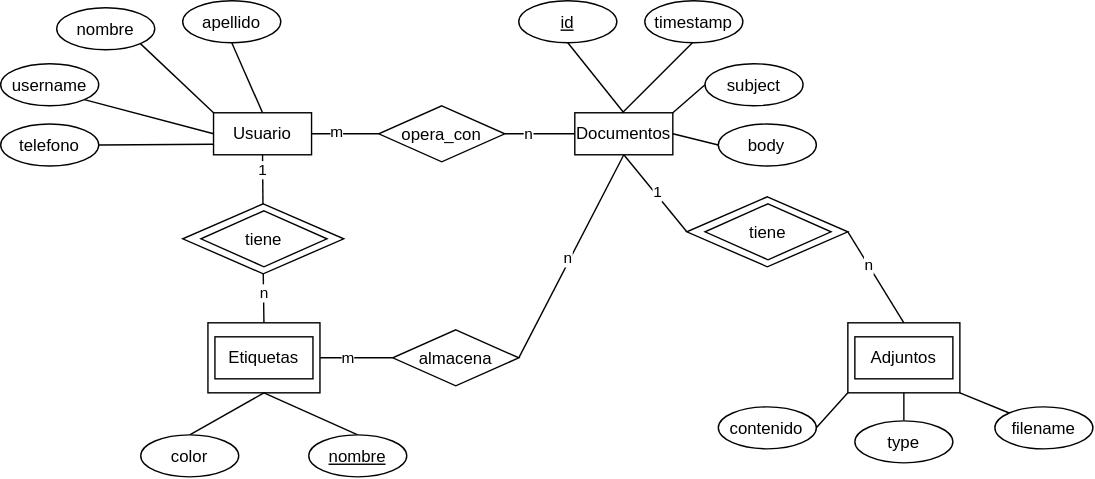
Earlier version of the draw.io export images/2.10.der.drawio.svg (TobySeirgalea/apuntes-DB). Source tidied: cells renumbered, new cells last; positions are measured from the earlier drawing's top-left corner, leaving out a move shared by most shapes. The source it was exported from:
```xml
<mxGraphModel>
  <root>
    <mxCell id="0" />
    <mxCell id="1" parent="0" />
    <mxCell id="2" style="edgeStyle=none;html=1;exitX=1;exitY=0.5;exitDx=0;exitDy=0;entryX=0;entryY=0.5;entryDx=0;entryDy=0;endArrow=none;endFill=0;" parent="1" edge="1" source="4" target="23">
      <mxGeometry relative="1" as="geometry" />
    </mxCell>
    <mxCell id="3" value="m" style="edgeLabel;html=1;align=center;verticalAlign=middle;" parent="2" vertex="1">
      <mxGeometry x="-0.29" y="2" relative="1" as="geometry" />
    </mxCell>
    <mxCell id="4" value="Usuario" style="rounded=0;whiteSpace=wrap;html=1;" parent="1" vertex="1">
      <mxGeometry x="152" y="80" width="70" height="30" as="geometry" />
    </mxCell>
    <mxCell id="5" style="edgeStyle=none;html=1;exitX=0.5;exitY=1;exitDx=0;exitDy=0;entryX=0;entryY=0.5;entryDx=0;entryDy=0;endArrow=none;endFill=0;" parent="1" edge="1" source="7" target="26">
      <mxGeometry relative="1" as="geometry" />
    </mxCell>
    <mxCell id="6" value="1" style="edgeLabel;html=1;align=center;verticalAlign=middle;" parent="5" vertex="1">
      <mxGeometry x="0.07" y="4" relative="1" as="geometry">
        <mxPoint x="-4" as="offset" />
      </mxGeometry>
    </mxCell>
    <mxCell id="7" value="Documentos" style="rounded=0;whiteSpace=wrap;html=1;" parent="1" vertex="1">
      <mxGeometry x="410" y="80" width="70" height="30" as="geometry" />
    </mxCell>
    <mxCell id="8" style="edgeStyle=none;html=1;exitX=1;exitY=0.5;exitDx=0;exitDy=0;entryX=0;entryY=0.5;entryDx=0;entryDy=0;endArrow=none;endFill=0;" parent="1" edge="1" source="10" target="30">
      <mxGeometry relative="1" as="geometry" />
    </mxCell>
    <mxCell id="9" value="m" style="edgeLabel;html=1;align=center;verticalAlign=middle;" parent="8" vertex="1">
      <mxGeometry x="-0.27" y="-3" relative="1" as="geometry">
        <mxPoint y="-4" as="offset" />
      </mxGeometry>
    </mxCell>
    <mxCell id="10" style="rounded=0;whiteSpace=wrap;html=1;" parent="1" vertex="1">
      <mxGeometry x="148" y="230" width="80" height="50" as="geometry" />
    </mxCell>
    <mxCell id="11" style="edgeStyle=none;html=1;exitX=1;exitY=1;exitDx=0;exitDy=0;entryX=0;entryY=0;entryDx=0;entryDy=0;endArrow=none;endFill=0;" parent="1" edge="1" source="12" target="55">
      <mxGeometry relative="1" as="geometry" />
    </mxCell>
    <mxCell id="12" style="rounded=0;whiteSpace=wrap;html=1;" parent="1" vertex="1">
      <mxGeometry x="605" y="230" width="80" height="50" as="geometry" />
    </mxCell>
    <mxCell id="13" value="Etiquetas" style="rounded=0;whiteSpace=wrap;html=1;" parent="1" vertex="1">
      <mxGeometry x="153" y="240" width="70" height="30" as="geometry" />
    </mxCell>
    <mxCell id="14" value="Adjuntos" style="rounded=0;whiteSpace=wrap;html=1;" parent="1" vertex="1">
      <mxGeometry x="610" y="240" width="70" height="30" as="geometry" />
    </mxCell>
    <mxCell id="15" style="edgeStyle=none;html=1;entryX=0.5;entryY=1;entryDx=0;entryDy=0;endArrow=none;endFill=0;" parent="1" edge="1" source="19" target="4">
      <mxGeometry relative="1" as="geometry" />
    </mxCell>
    <mxCell id="16" value="1" style="edgeLabel;html=1;align=center;verticalAlign=middle;" parent="15" vertex="1">
      <mxGeometry x="0.43" y="1" relative="1" as="geometry" />
    </mxCell>
    <mxCell id="17" style="edgeStyle=none;html=1;exitX=0.5;exitY=1;exitDx=0;exitDy=0;entryX=0.5;entryY=0;entryDx=0;entryDy=0;endArrow=none;endFill=0;" parent="1" edge="1" source="19" target="10">
      <mxGeometry relative="1" as="geometry" />
    </mxCell>
    <mxCell id="18" value="n" style="edgeLabel;html=1;align=center;verticalAlign=middle;" parent="17" vertex="1">
      <mxGeometry x="-0.2" relative="1" as="geometry" />
    </mxCell>
    <mxCell id="19" style="rhombus;whiteSpace=wrap;html=1;shapeInside=1;" parent="1" vertex="1">
      <mxGeometry x="130" y="145" width="115" height="50" as="geometry" />
    </mxCell>
    <mxCell id="20" value="tiene" style="rhombus;whiteSpace=wrap;html=1;shapeInside=1;" parent="1" vertex="1">
      <mxGeometry x="143" y="150" width="90" height="40" as="geometry" />
    </mxCell>
    <mxCell id="21" style="edgeStyle=none;html=1;exitX=1;exitY=0.5;exitDx=0;exitDy=0;entryX=0;entryY=0.5;entryDx=0;entryDy=0;endArrow=none;endFill=0;" parent="1" edge="1" source="23" target="7">
      <mxGeometry relative="1" as="geometry" />
    </mxCell>
    <mxCell id="22" value="n" style="edgeLabel;html=1;align=center;verticalAlign=middle;" parent="21" vertex="1">
      <mxGeometry x="-0.36" y="1" relative="1" as="geometry" />
    </mxCell>
    <mxCell id="23" value="opera_con" style="rhombus;whiteSpace=wrap;html=1;shapeInside=1;" parent="1" vertex="1">
      <mxGeometry x="270" y="75" width="90" height="40" as="geometry" />
    </mxCell>
    <mxCell id="24" style="edgeStyle=none;html=1;exitX=1;exitY=0.5;exitDx=0;exitDy=0;entryX=0.5;entryY=0;entryDx=0;entryDy=0;endArrow=none;endFill=0;" parent="1" edge="1" source="26" target="12">
      <mxGeometry relative="1" as="geometry" />
    </mxCell>
    <mxCell id="25" value="n" style="edgeLabel;html=1;align=center;verticalAlign=middle;" parent="24" vertex="1">
      <mxGeometry x="-0.32" y="-2" relative="1" as="geometry">
        <mxPoint x="3" as="offset" />
      </mxGeometry>
    </mxCell>
    <mxCell id="26" style="rhombus;whiteSpace=wrap;html=1;shapeInside=1;" parent="1" vertex="1">
      <mxGeometry x="490" y="140" width="115" height="50" as="geometry" />
    </mxCell>
    <mxCell id="27" value="tiene" style="rhombus;whiteSpace=wrap;html=1;shapeInside=1;" parent="1" vertex="1">
      <mxGeometry x="503" y="145" width="90" height="40" as="geometry" />
    </mxCell>
    <mxCell id="28" style="edgeStyle=none;html=1;exitX=1;exitY=0.5;exitDx=0;exitDy=0;entryX=0.5;entryY=1;entryDx=0;entryDy=0;endArrow=none;endFill=0;" parent="1" edge="1" source="30" target="7">
      <mxGeometry relative="1" as="geometry" />
    </mxCell>
    <mxCell id="29" value="n" style="edgeLabel;html=1;align=center;verticalAlign=middle;" parent="28" vertex="1">
      <mxGeometry x="-0.02" y="2" relative="1" as="geometry" />
    </mxCell>
    <mxCell id="30" value="almacena" style="rhombus;whiteSpace=wrap;html=1;shapeInside=1;" parent="1" vertex="1">
      <mxGeometry x="280" y="235" width="90" height="40" as="geometry" />
    </mxCell>
    <mxCell id="31" style="edgeStyle=none;html=1;exitX=0.5;exitY=1;exitDx=0;exitDy=0;entryX=0.5;entryY=0;entryDx=0;entryDy=0;endArrow=none;endFill=0;" parent="1" edge="1" source="32" target="4">
      <mxGeometry relative="1" as="geometry" />
    </mxCell>
    <mxCell id="32" value="apellido" style="ellipse;whiteSpace=wrap;html=1;shapeInside=1;" parent="1" vertex="1">
      <mxGeometry x="130" width="70" height="30" as="geometry" />
    </mxCell>
    <mxCell id="33" style="edgeStyle=none;html=1;exitX=1;exitY=1;exitDx=0;exitDy=0;endArrow=none;endFill=0;entryX=0;entryY=0;entryDx=0;entryDy=0;" parent="1" edge="1" source="34" target="4">
      <mxGeometry relative="1" as="geometry" />
    </mxCell>
    <mxCell id="34" value="nombre" style="ellipse;whiteSpace=wrap;html=1;shapeInside=1;" parent="1" vertex="1">
      <mxGeometry x="40" y="5" width="70" height="30" as="geometry" />
    </mxCell>
    <mxCell id="35" style="edgeStyle=none;html=1;exitX=1;exitY=1;exitDx=0;exitDy=0;endArrow=none;endFill=0;entryX=0;entryY=0.5;entryDx=0;entryDy=0;" parent="1" edge="1" source="36" target="4">
      <mxGeometry relative="1" as="geometry" />
    </mxCell>
    <mxCell id="36" value="username" style="ellipse;whiteSpace=wrap;html=1;shapeInside=1;" parent="1" vertex="1">
      <mxGeometry y="45" width="70" height="30" as="geometry" />
    </mxCell>
    <mxCell id="37" style="edgeStyle=none;html=1;exitX=1;exitY=0.5;exitDx=0;exitDy=0;entryX=0;entryY=0.75;entryDx=0;entryDy=0;endArrow=none;endFill=0;" parent="1" edge="1" source="38" target="4">
      <mxGeometry relative="1" as="geometry" />
    </mxCell>
    <mxCell id="38" value="telefono" style="ellipse;whiteSpace=wrap;html=1;shapeInside=1;" parent="1" vertex="1">
      <mxGeometry y="88" width="70" height="30" as="geometry" />
    </mxCell>
    <mxCell id="39" style="edgeStyle=none;html=1;exitX=0.5;exitY=0;exitDx=0;exitDy=0;entryX=0.5;entryY=1;entryDx=0;entryDy=0;endArrow=none;endFill=0;" parent="1" edge="1" source="40" target="10">
      <mxGeometry relative="1" as="geometry" />
    </mxCell>
    <mxCell id="40" value="color" style="ellipse;whiteSpace=wrap;html=1;shapeInside=1;" parent="1" vertex="1">
      <mxGeometry x="100" y="310" width="70" height="30" as="geometry" />
    </mxCell>
    <mxCell id="41" style="edgeStyle=none;html=1;exitX=0.5;exitY=0;exitDx=0;exitDy=0;entryX=0.5;entryY=1;entryDx=0;entryDy=0;endArrow=none;endFill=0;" parent="1" edge="1" source="42" target="10">
      <mxGeometry relative="1" as="geometry" />
    </mxCell>
    <mxCell id="42" value="&lt;u&gt;nombre&lt;/u&gt;" style="ellipse;whiteSpace=wrap;html=1;shapeInside=1;" parent="1" vertex="1">
      <mxGeometry x="220" y="310" width="70" height="30" as="geometry" />
    </mxCell>
    <mxCell id="43" value="&lt;u&gt;id&lt;/u&gt;" style="ellipse;whiteSpace=wrap;html=1;shapeInside=1;" parent="1" vertex="1">
      <mxGeometry x="370" width="70" height="30" as="geometry" />
    </mxCell>
    <mxCell id="44" style="edgeStyle=none;html=1;exitX=0.5;exitY=1;exitDx=0;exitDy=0;entryX=0.5;entryY=0;entryDx=0;entryDy=0;endArrow=none;endFill=0;" parent="1" edge="1">
      <mxGeometry relative="1" as="geometry">
        <mxPoint x="494" y="30" as="sourcePoint" />
        <mxPoint x="444" y="80" as="targetPoint" />
      </mxGeometry>
    </mxCell>
    <mxCell id="45" value="timestamp" style="ellipse;whiteSpace=wrap;html=1;shapeInside=1;" parent="1" vertex="1">
      <mxGeometry x="460" width="70" height="30" as="geometry" />
    </mxCell>
    <mxCell id="46" style="edgeStyle=none;html=1;exitX=0;exitY=0.5;exitDx=0;exitDy=0;entryX=1;entryY=0;entryDx=0;entryDy=0;endArrow=none;endFill=0;" parent="1" edge="1" source="47" target="7">
      <mxGeometry relative="1" as="geometry" />
    </mxCell>
    <mxCell id="47" value="subject" style="ellipse;whiteSpace=wrap;html=1;shapeInside=1;" parent="1" vertex="1">
      <mxGeometry x="503" y="45" width="70" height="30" as="geometry" />
    </mxCell>
    <mxCell id="48" style="edgeStyle=none;html=1;exitX=0;exitY=0.5;exitDx=0;exitDy=0;entryX=1;entryY=0.5;entryDx=0;entryDy=0;endArrow=none;endFill=0;" parent="1" edge="1" source="49" target="7">
      <mxGeometry relative="1" as="geometry" />
    </mxCell>
    <mxCell id="49" value="body" style="ellipse;whiteSpace=wrap;html=1;shapeInside=1;" parent="1" vertex="1">
      <mxGeometry x="512.5" y="88" width="70" height="30" as="geometry" />
    </mxCell>
    <mxCell id="50" style="edgeStyle=none;html=1;exitX=0.5;exitY=1;exitDx=0;exitDy=0;entryX=0.5;entryY=0;entryDx=0;entryDy=0;endArrow=none;endFill=0;" parent="1" edge="1" source="43" target="7">
      <mxGeometry relative="1" as="geometry" />
    </mxCell>
    <mxCell id="51" style="edgeStyle=none;html=1;exitX=1;exitY=0.5;exitDx=0;exitDy=0;entryX=0;entryY=1;entryDx=0;entryDy=0;endArrow=none;endFill=0;" parent="1" edge="1" source="52" target="12">
      <mxGeometry relative="1" as="geometry" />
    </mxCell>
    <mxCell id="52" value="contenido" style="ellipse;whiteSpace=wrap;html=1;shapeInside=1;" parent="1" vertex="1">
      <mxGeometry x="512.5" y="290" width="70" height="30" as="geometry" />
    </mxCell>
    <mxCell id="53" style="edgeStyle=none;html=1;exitX=0.5;exitY=0;exitDx=0;exitDy=0;entryX=0.5;entryY=1;entryDx=0;entryDy=0;endArrow=none;endFill=0;" parent="1" edge="1" source="54" target="12">
      <mxGeometry relative="1" as="geometry" />
    </mxCell>
    <mxCell id="54" value="type" style="ellipse;whiteSpace=wrap;html=1;shapeInside=1;" parent="1" vertex="1">
      <mxGeometry x="610" y="300" width="70" height="30" as="geometry" />
    </mxCell>
    <mxCell id="55" value="filename" style="ellipse;whiteSpace=wrap;html=1;shapeInside=1;" parent="1" vertex="1">
      <mxGeometry x="710" y="290" width="70" height="30" as="geometry" />
    </mxCell>
  </root>
</mxGraphModel>
```
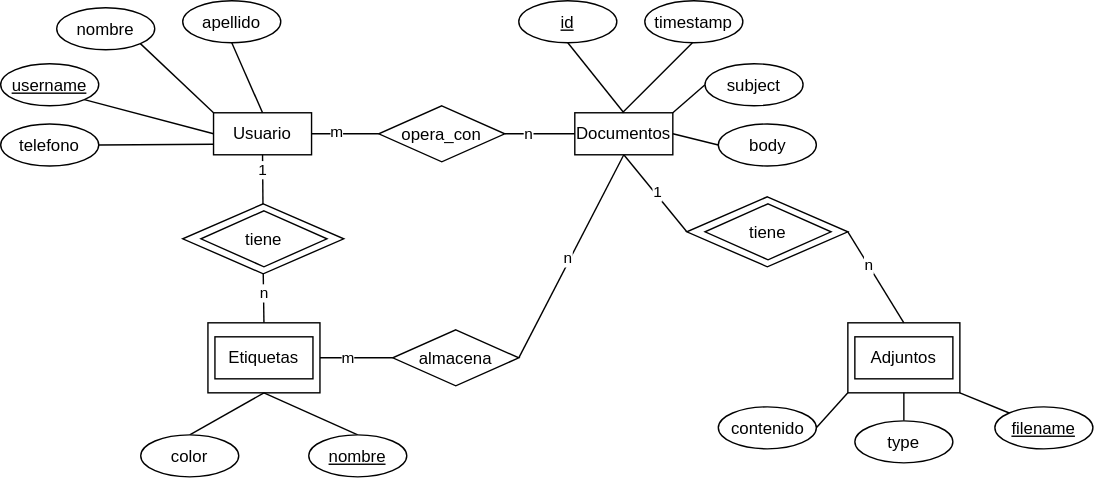
Later version of the same file.

Diff of the diagram source:
```diff
@@ -110,7 +110,7 @@
     <mxCell id="35" style="edgeStyle=none;html=1;exitX=1;exitY=1;exitDx=0;exitDy=0;endArrow=none;endFill=0;entryX=0;entryY=0.5;entryDx=0;entryDy=0;" parent="1" edge="1" source="36" target="4">
       <mxGeometry relative="1" as="geometry" />
     </mxCell>
-    <mxCell id="36" value="username" style="ellipse;whiteSpace=wrap;html=1;shapeInside=1;" parent="1" vertex="1">
+    <mxCell id="36" value="&lt;u&gt;username&lt;/u&gt;" style="ellipse;whiteSpace=wrap;html=1;shapeInside=1;" parent="1" vertex="1">
       <mxGeometry y="45" width="70" height="30" as="geometry" />
     </mxCell>
     <mxCell id="37" style="edgeStyle=none;html=1;exitX=1;exitY=0.5;exitDx=0;exitDy=0;entryX=0;entryY=0.75;entryDx=0;entryDy=0;endArrow=none;endFill=0;" parent="1" edge="1" source="38" target="4">
@@ -170,7 +170,7 @@
     <mxCell id="54" value="type" style="ellipse;whiteSpace=wrap;html=1;shapeInside=1;" parent="1" vertex="1">
       <mxGeometry x="610" y="300" width="70" height="30" as="geometry" />
     </mxCell>
-    <mxCell id="55" value="filename" style="ellipse;whiteSpace=wrap;html=1;shapeInside=1;" parent="1" vertex="1">
+    <mxCell id="55" value="&lt;u&gt;filename&lt;/u&gt;" style="ellipse;whiteSpace=wrap;html=1;shapeInside=1;" parent="1" vertex="1">
       <mxGeometry x="710" y="290" width="70" height="30" as="geometry" />
     </mxCell>
   </root>
```
